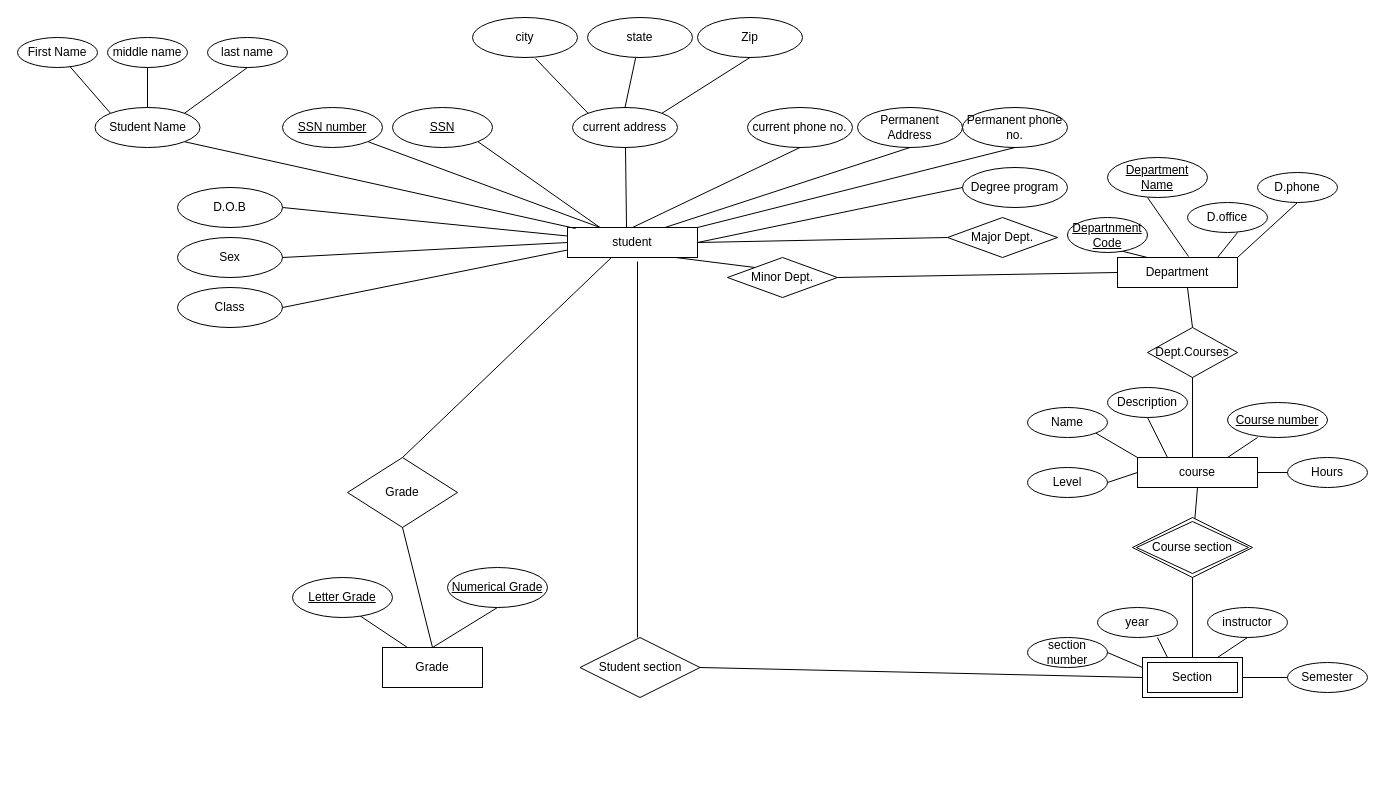
Earlier version of the draw.io diagram Untitled Diagram.drawio (sreehari-odu/DatabaseManagement). Source tidied: cells renumbered, new cells numbered last; positions are measured from the earlier drawing's top-left corner, leaving out a move shared by most shapes. Both pictures are drawn from the tidied source at 100%, with x=0, y=0 at pixel (17, 17).
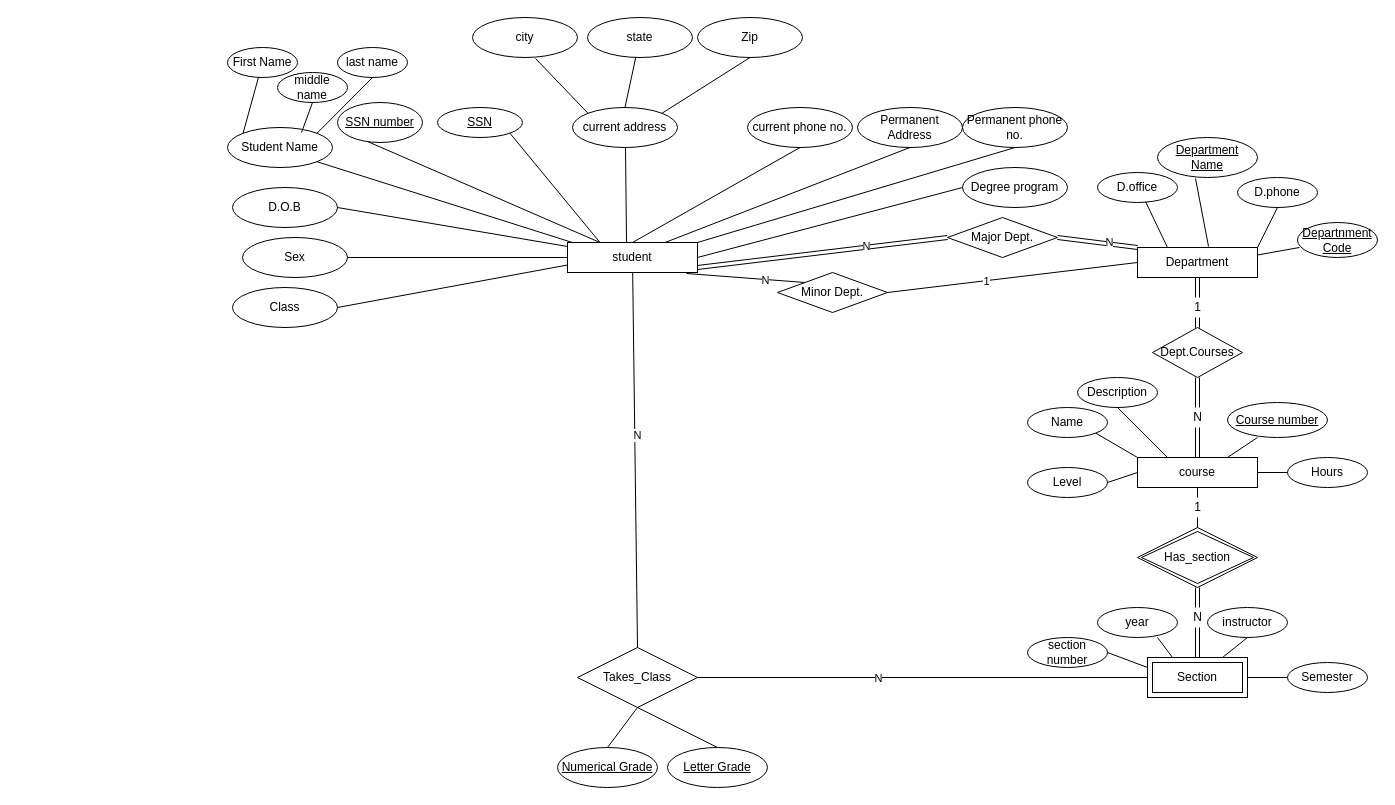
The same page after the edit.

Unchanged cells that the change refers to:
```xml
<mxCell id="35" value="Major Dept." style="rhombus;whiteSpace=wrap;html=1;direction=west;" parent="1" vertex="1">
  <mxGeometry x="930" y="200" width="110" height="40" as="geometry" />
</mxCell>
<mxCell id="49" value="course" style="rounded=0;whiteSpace=wrap;html=1;" parent="1" vertex="1">
  <mxGeometry x="1120" y="440" width="120" height="30" as="geometry" />
</mxCell>
<mxCell id="73" style="endArrow=none;html=1;entryX=0;entryY=0.5;entryDx=0;entryDy=0;exitX=1;exitY=0.5;exitDx=0;exitDy=0;" parent="1" edge="1" source="72" target="62">
  <mxGeometry relative="1" as="geometry" />
</mxCell>
<mxCell id="78" style="endArrow=none;html=1;entryX=0;entryY=0.5;entryDx=0;entryDy=0;exitX=0;exitY=0.5;exitDx=0;exitDy=0;" parent="1" edge="1" source="37" target="39">
  <mxGeometry relative="1" as="geometry" />
</mxCell>
```

The edit, as a diff of the source:
```diff
@@
-    <mxCell id="2" value="student" style="rounded=0;whiteSpace=wrap;html=1;" parent="1" vertex="1">
-      <mxGeometry x="550" y="210" width="130" height="30" as="geometry" />
-    </mxCell>
@@
     <mxCell id="7" value="D.O.B" style="ellipse;whiteSpace=wrap;html=1;" parent="1" vertex="1">
-      <mxGeometry x="160" y="170" width="105" height="40" as="geometry" />
+      <mxGeometry x="215" y="170" width="105" height="40" as="geometry" />
     </mxCell>
     <mxCell id="8" value="Sex" style="ellipse;whiteSpace=wrap;html=1;" parent="1" vertex="1">
-      <mxGeometry x="160" y="220" width="105" height="40" as="geometry" />
+      <mxGeometry x="225" y="220" width="105" height="40" as="geometry" />
     </mxCell>
     <mxCell id="9" value="Class" style="ellipse;whiteSpace=wrap;html=1;" parent="1" vertex="1">
-      <mxGeometry x="160" y="270" width="105" height="40" as="geometry" />
+      <mxGeometry x="215" y="270" width="105" height="40" as="geometry" />
     </mxCell>
     <mxCell id="10" value="First Name" style="ellipse;whiteSpace=wrap;html=1;" parent="1" vertex="1">
-      <mxGeometry y="20" width="80" height="30" as="geometry" />
+      <mxGeometry x="210" y="30" width="70" height="30" as="geometry" />
     </mxCell>
     <mxCell id="11" value="Student Name" style="ellipse;whiteSpace=wrap;html=1;" parent="1" vertex="1">
-      <mxGeometry x="77.5" y="90" width="105" height="40" as="geometry" />
+      <mxGeometry x="210" y="110" width="105" height="40" as="geometry" />
     </mxCell>
@@
     <mxCell id="22" value="middle name" style="ellipse;whiteSpace=wrap;html=1;" parent="1" vertex="1">
-      <mxGeometry x="90" y="20" width="80" height="30" as="geometry" />
+      <mxGeometry x="260" y="55" width="70" height="30" as="geometry" />
     </mxCell>
     <mxCell id="23" value="last name" style="ellipse;whiteSpace=wrap;html=1;" parent="1" vertex="1">
-      <mxGeometry x="190" y="20" width="80" height="30" as="geometry" />
+      <mxGeometry x="320" y="30" width="70" height="30" as="geometry" />
     </mxCell>
@@
-    <mxCell id="25" style="endArrow=none;html=1;entryX=0.5;entryY=1;entryDx=0;entryDy=0;exitX=0.5;exitY=0;exitDx=0;exitDy=0;" parent="1" edge="1" source="11" target="22">
+    <mxCell id="25" style="endArrow=none;html=1;entryX=0.5;entryY=1;entryDx=0;entryDy=0;exitX=0.705;exitY=0.125;exitDx=0;exitDy=0;exitPerimeter=0;" parent="1" edge="1" source="11" target="22">
       <mxGeometry relative="1" as="geometry" />
     </mxCell>
-    <mxCell id="26" style="endArrow=none;html=1;exitX=1;exitY=0;exitDx=0;exitDy=0;" parent="1" edge="1" source="11">
-      <mxGeometry relative="1" as="geometry">
-        <mxPoint x="230" y="50" as="targetPoint" />
-      </mxGeometry>
+    <mxCell id="26" style="endArrow=none;html=1;exitX=1;exitY=0;exitDx=0;exitDy=0;entryX=0.5;entryY=1;entryDx=0;entryDy=0;" parent="1" edge="1" source="11" target="23">
+      <mxGeometry relative="1" as="geometry" />
     </mxCell>
@@
-    <mxCell id="36" style="endArrow=none;html=1;entryX=1;entryY=0.5;entryDx=0;entryDy=0;exitX=1;exitY=0.5;exitDx=0;exitDy=0;" parent="1" edge="1" source="2" target="35">
-      <mxGeometry relative="1" as="geometry" />
-    </mxCell>
     <mxCell id="37" value="Minor Dept." style="rhombus;whiteSpace=wrap;html=1;direction=west;" parent="1" vertex="1">
-      <mxGeometry x="710" y="240" width="110" height="40" as="geometry" />
+      <mxGeometry x="760" y="255" width="110" height="40" as="geometry" />
     </mxCell>
-    <mxCell id="38" style="endArrow=none;html=1;entryX=1;entryY=1;entryDx=0;entryDy=0;exitX=0.831;exitY=1;exitDx=0;exitDy=0;exitPerimeter=0;" parent="1" edge="1" source="2" target="37">
-      <mxGeometry relative="1" as="geometry" />
-    </mxCell>
     <mxCell id="39" value="Department" style="rounded=0;whiteSpace=wrap;html=1;" parent="1" vertex="1">
-      <mxGeometry x="1100" y="240" width="120" height="30" as="geometry" />
+      <mxGeometry x="1120" y="230" width="120" height="30" as="geometry" />
     </mxCell>
     <mxCell id="40" value="D.office" style="ellipse;whiteSpace=wrap;html=1;" parent="1" vertex="1">
-      <mxGeometry x="1170" y="185" width="80" height="30" as="geometry" />
+      <mxGeometry x="1080" y="155" width="80" height="30" as="geometry" />
     </mxCell>
     <mxCell id="41" value="D.phone" style="ellipse;whiteSpace=wrap;html=1;" parent="1" vertex="1">
-      <mxGeometry x="1240" y="155" width="80" height="30" as="geometry" />
+      <mxGeometry x="1220" y="160" width="80" height="30" as="geometry" />
     </mxCell>
-    <mxCell id="42" style="endArrow=none;html=1;entryX=0.5;entryY=1;entryDx=0;entryDy=0;exitX=0.25;exitY=0;exitDx=0;exitDy=0;" parent="1" edge="1" source="39">
-      <mxGeometry relative="1" as="geometry">
-        <mxPoint x="1090" y="230" as="targetPoint" />
-      </mxGeometry>
+    <mxCell id="42" style="endArrow=none;html=1;entryX=0.6;entryY=0.967;entryDx=0;entryDy=0;exitX=0.25;exitY=0;exitDx=0;exitDy=0;entryPerimeter=0;" parent="1" edge="1" source="39" target="40">
+      <mxGeometry relative="1" as="geometry" />
     </mxCell>
-    <mxCell id="43" style="endArrow=none;html=1;exitX=0.592;exitY=-0.033;exitDx=0;exitDy=0;exitPerimeter=0;entryX=0.5;entryY=1;entryDx=0;entryDy=0;" parent="1" edge="1" source="39">
-      <mxGeometry relative="1" as="geometry">
-        <mxPoint x="1130" y="180" as="targetPoint" />
-      </mxGeometry>
+    <mxCell id="43" style="endArrow=none;html=1;exitX=0.592;exitY=-0.033;exitDx=0;exitDy=0;exitPerimeter=0;entryX=0.38;entryY=1.025;entryDx=0;entryDy=0;entryPerimeter=0;" parent="1" edge="1" source="39" target="86">
+      <mxGeometry relative="1" as="geometry" />
     </mxCell>
@@
-    <mxCell id="45" style="endArrow=none;html=1;" parent="1" edge="1">
-      <mxGeometry relative="1" as="geometry">
-        <mxPoint x="1200" y="240" as="sourcePoint" />
-        <mxPoint x="1220" y="215" as="targetPoint" />
-      </mxGeometry>
-    </mxCell>
-    <mxCell id="46" value="Dept.Courses" style="rhombus;whiteSpace=wrap;html=1;" parent="1" vertex="1">
-      <mxGeometry x="1130" y="310" width="90" height="50" as="geometry" />
-    </mxCell>
@@
-    <mxCell id="48" style="endArrow=none;html=1;entryX=0.583;entryY=1;entryDx=0;entryDy=0;entryPerimeter=0;exitX=0.5;exitY=0;exitDx=0;exitDy=0;" parent="1" edge="1" source="46" target="39">
-      <mxGeometry relative="1" as="geometry" />
-    </mxCell>
@@
-    <mxCell id="50" style="endArrow=none;html=1;entryX=0.5;entryY=1;entryDx=0;entryDy=0;" parent="1" edge="1" target="46">
-      <mxGeometry relative="1" as="geometry">
-        <mxPoint x="1175" y="440" as="sourcePoint" />
-      </mxGeometry>
-    </mxCell>
@@
     <mxCell id="52" value="Description" style="ellipse;whiteSpace=wrap;html=1;" parent="1" vertex="1">
-      <mxGeometry x="1090" y="370" width="80" height="30" as="geometry" />
+      <mxGeometry x="1060" y="360" width="80" height="30" as="geometry" />
     </mxCell>
@@
-    <mxCell id="60" value="Course section" style="shape=rhombus;double=1;perimeter=rhombusPerimeter;whiteSpace=wrap;html=1;align=center;" parent="1" vertex="1">
-      <mxGeometry x="1115" y="500" width="120" height="60" as="geometry" />
+    <mxCell id="60" value="Has_section" style="shape=rhombus;double=1;perimeter=rhombusPerimeter;whiteSpace=wrap;html=1;align=center;" parent="1" vertex="1">
+      <mxGeometry x="1120" y="510" width="120" height="60" as="geometry" />
     </mxCell>
-    <mxCell id="61" style="endArrow=none;html=1;entryX=0.5;entryY=1;entryDx=0;entryDy=0;" parent="1" edge="1" source="60" target="49">
+    <mxCell id="61" style="endArrow=none;html=1;entryX=0.5;entryY=1;entryDx=0;entryDy=0;startArrow=none;" parent="1" edge="1" source="96" target="49">
       <mxGeometry relative="1" as="geometry" />
     </mxCell>
     <mxCell id="62" value="Section" style="shape=ext;margin=3;double=1;whiteSpace=wrap;html=1;align=center;" parent="1" vertex="1">
-      <mxGeometry x="1125" y="640" width="100" height="40" as="geometry" />
+      <mxGeometry x="1130" y="640" width="100" height="40" as="geometry" />
     </mxCell>
-    <mxCell id="63" style="endArrow=none;html=1;entryX=0.5;entryY=1;entryDx=0;entryDy=0;exitX=0.5;exitY=0;exitDx=0;exitDy=0;" parent="1" edge="1" source="62" target="60">
-      <mxGeometry relative="1" as="geometry" />
-    </mxCell>
@@
-    <mxCell id="72" value="Student section" style="shape=rhombus;perimeter=rhombusPerimeter;whiteSpace=wrap;html=1;align=center;" parent="1" vertex="1">
-      <mxGeometry x="562.5" y="620" width="120" height="60" as="geometry" />
+    <mxCell id="72" value="Takes_Class" style="shape=rhombus;perimeter=rhombusPerimeter;whiteSpace=wrap;html=1;align=center;" parent="1" vertex="1">
+      <mxGeometry x="560" y="630" width="120" height="60" as="geometry" />
     </mxCell>
@@
-    <mxCell id="74" value="Grade" style="whiteSpace=wrap;html=1;align=center;" parent="1" vertex="1">
-      <mxGeometry x="365" y="630" width="100" height="40" as="geometry" />
-    </mxCell>
-    <mxCell id="75" style="endArrow=none;html=1;entryX=0.5;entryY=1;entryDx=0;entryDy=0;exitX=0.5;exitY=0;exitDx=0;exitDy=0;" parent="1" edge="1" source="74">
-      <mxGeometry relative="1" as="geometry">
-        <mxPoint x="480" y="590" as="targetPoint" />
-      </mxGeometry>
-    </mxCell>
-    <mxCell id="76" style="endArrow=none;html=1;entryX=0.5;entryY=1;entryDx=0;entryDy=0;exitX=0.25;exitY=0;exitDx=0;exitDy=0;" parent="1" edge="1" source="74">
-      <mxGeometry relative="1" as="geometry">
-        <mxPoint x="330" y="590" as="targetPoint" />
-      </mxGeometry>
-    </mxCell>
+    <mxCell id="89" value="N" style="edgeLabel;html=1;align=center;verticalAlign=middle;" parent="73" vertex="1">
+      <mxGeometry x="-0.2" relative="1" as="geometry" />
+    </mxCell>
-    <mxCell id="77" style="endArrow=none;html=1;exitX=0.479;exitY=0;exitDx=0;exitDy=0;exitPerimeter=0;" parent="1" edge="1" source="72">
+    <mxCell id="77" style="endArrow=none;html=1;exitX=0.479;exitY=0;exitDx=0;exitDy=0;exitPerimeter=0;startArrow=none;" parent="1" edge="1" source="2">
       <mxGeometry relative="1" as="geometry">
         <mxPoint x="620" y="244" as="targetPoint" />
       </mxGeometry>
     </mxCell>
@@
-    <mxCell id="79" value="Grade" style="shape=rhombus;perimeter=rhombusPerimeter;whiteSpace=wrap;html=1;align=center;" parent="1" vertex="1">
-      <mxGeometry x="330" y="440" width="110" height="70" as="geometry" />
-    </mxCell>
-    <mxCell id="80" style="endArrow=none;html=1;entryX=0.338;entryY=1;entryDx=0;entryDy=0;entryPerimeter=0;exitX=0.5;exitY=0;exitDx=0;exitDy=0;" parent="1" edge="1" source="79" target="2">
-      <mxGeometry relative="1" as="geometry" />
-    </mxCell>
-    <mxCell id="81" style="endArrow=none;html=1;entryX=0.5;entryY=1;entryDx=0;entryDy=0;exitX=0.5;exitY=0;exitDx=0;exitDy=0;" parent="1" edge="1" source="74" target="79">
-      <mxGeometry relative="1" as="geometry" />
-    </mxCell>
+    <mxCell id="90" value="1" style="edgeLabel;html=1;align=center;verticalAlign=middle;" parent="78" vertex="1">
+      <mxGeometry x="-0.21" relative="1" as="geometry" />
+    </mxCell>
     <mxCell id="82" value="SSN" style="ellipse;whiteSpace=wrap;html=1;align=center;fontStyle=4;" parent="1" vertex="1">
-      <mxGeometry x="375" y="90" width="100" height="40" as="geometry" />
+      <mxGeometry x="420" y="90" width="85" height="30" as="geometry" />
     </mxCell>
     <mxCell id="83" value="SSN number" style="ellipse;whiteSpace=wrap;html=1;align=center;fontStyle=4;" parent="1" vertex="1">
-      <mxGeometry x="265" y="90" width="100" height="40" as="geometry" />
+      <mxGeometry x="320" y="85" width="85" height="40" as="geometry" />
     </mxCell>
     <mxCell id="84" value="Departnment Code" style="ellipse;whiteSpace=wrap;html=1;align=center;fontStyle=4;" parent="1" vertex="1">
-      <mxGeometry x="1050" y="200" width="80" height="35" as="geometry" />
+      <mxGeometry x="1280" y="205" width="80" height="35" as="geometry" />
     </mxCell>
@@
     <mxCell id="86" value="Department Name" style="ellipse;whiteSpace=wrap;html=1;align=center;fontStyle=4;" parent="1" vertex="1">
-      <mxGeometry x="1090" y="140" width="100" height="40" as="geometry" />
+      <mxGeometry x="1140" y="120" width="100" height="40" as="geometry" />
     </mxCell>
     <mxCell id="87" value="Letter Grade" style="ellipse;whiteSpace=wrap;html=1;align=center;fontStyle=4;" parent="1" vertex="1">
-      <mxGeometry x="275" y="560" width="100" height="40" as="geometry" />
+      <mxGeometry x="650" y="730" width="100" height="40" as="geometry" />
     </mxCell>
     <mxCell id="88" value="Numerical Grade" style="ellipse;whiteSpace=wrap;html=1;align=center;fontStyle=4;" parent="1" vertex="1">
-      <mxGeometry x="430" y="550" width="100" height="40" as="geometry" />
+      <mxGeometry x="540" y="730" width="100" height="40" as="geometry" />
     </mxCell>
+    <mxCell id="91" style="endArrow=none;html=1;entryX=0.025;entryY=0.714;entryDx=0;entryDy=0;entryPerimeter=0;exitX=1;exitY=0.25;exitDx=0;exitDy=0;" parent="1" edge="1" source="39" target="84">
+      <mxGeometry relative="1" as="geometry" />
+    </mxCell>
+    <mxCell id="92" style="endArrow=none;html=1;rounded=0;exitX=0.5;exitY=1;exitDx=0;exitDy=0;entryX=0.5;entryY=0;entryDx=0;entryDy=0;" parent="1" edge="1" source="72" target="88">
+      <mxGeometry relative="1" as="geometry" />
+    </mxCell>
+    <mxCell id="2" value="student" style="rounded=0;whiteSpace=wrap;html=1;" parent="1" vertex="1">
+      <mxGeometry x="550" y="225" width="130" height="30" as="geometry" />
+    </mxCell>
+    <mxCell id="93" style="endArrow=none;html=1;exitX=0.5;exitY=0;exitDx=0;exitDy=0;" parent="1" edge="1" source="72" target="2">
+      <mxGeometry relative="1" as="geometry" />
+    </mxCell>
+    <mxCell id="94" value="N" style="edgeLabel;html=1;align=center;verticalAlign=middle;" parent="93" vertex="1">
+      <mxGeometry x="0.13" y="-2" relative="1" as="geometry" />
+    </mxCell>
+    <mxCell id="95" style="endArrow=none;html=1;rounded=0;exitX=0.5;exitY=1;exitDx=0;exitDy=0;entryX=0.5;entryY=0;entryDx=0;entryDy=0;" parent="1" edge="1" source="72" target="87">
+      <mxGeometry relative="1" as="geometry" />
+    </mxCell>
+    <mxCell id="96" value="1" style="text;html=1;align=center;verticalAlign=middle;points=[];strokeColor=none;fillColor=none;" parent="1" vertex="1">
+      <mxGeometry x="1170" y="480" width="20" height="20" as="geometry" />
+    </mxCell>
+    <mxCell id="97" style="endArrow=none;html=1;entryX=0.5;entryY=1;entryDx=0;entryDy=0;" parent="1" edge="1" source="60" target="96">
+      <mxGeometry relative="1" as="geometry" />
+    </mxCell>
+    <mxCell id="98" style="shape=link;html=1;exitX=0.5;exitY=0;exitDx=0;exitDy=0;startArrow=none;" parent="1" edge="1" source="46">
+      <mxGeometry relative="1" as="geometry">
+        <mxPoint x="1180" y="348" as="targetPoint" />
+      </mxGeometry>
+    </mxCell>
+    <mxCell id="99" value="N" style="text;html=1;align=center;verticalAlign=middle;points=[];strokeColor=none;fillColor=none;" parent="1" vertex="1">
+      <mxGeometry x="1170" y="390" width="20" height="20" as="geometry" />
+    </mxCell>
+    <mxCell id="100" style="shape=link;html=1;exitX=0.5;exitY=0;exitDx=0;exitDy=0;endArrow=none;" parent="1" edge="1" source="49" target="99">
+      <mxGeometry relative="1" as="geometry">
+        <Array as="points">
+          <mxPoint x="1180" y="410" />
+        </Array>
+      </mxGeometry>
+    </mxCell>
+    <mxCell id="101" style="shape=link;html=1;entryX=0.5;entryY=1;entryDx=0;entryDy=0;exitX=0.5;exitY=0;exitDx=0;exitDy=0;startArrow=none;" parent="1" edge="1" source="102" target="39">
+      <mxGeometry relative="1" as="geometry" />
+    </mxCell>
+    <mxCell id="102" value="1" style="text;html=1;align=center;verticalAlign=middle;points=[];strokeColor=none;fillColor=none;" parent="1" vertex="1">
+      <mxGeometry x="1170" y="280" width="20" height="20" as="geometry" />
+    </mxCell>
+    <mxCell id="103" style="shape=link;html=1;entryX=0.5;entryY=1;entryDx=0;entryDy=0;exitX=0.5;exitY=0;exitDx=0;exitDy=0;endArrow=none;" parent="1" edge="1" source="46" target="102">
+      <mxGeometry relative="1" as="geometry" />
+    </mxCell>
+    <mxCell id="46" value="Dept.Courses" style="rhombus;whiteSpace=wrap;html=1;" parent="1" vertex="1">
+      <mxGeometry x="1135" y="310" width="90" height="50" as="geometry" />
+    </mxCell>
+    <mxCell id="104" style="shape=link;html=1;exitX=0.5;exitY=0;exitDx=0;exitDy=0;startArrow=none;endArrow=none;" parent="1" edge="1" source="99" target="46">
+      <mxGeometry relative="1" as="geometry" />
+    </mxCell>
+    <mxCell id="105" style="shape=link;html=1;entryX=0.5;entryY=1;entryDx=0;entryDy=0;exitX=0.5;exitY=0;exitDx=0;exitDy=0;startArrow=none;" parent="1" edge="1" source="106" target="60">
+      <mxGeometry relative="1" as="geometry" />
+    </mxCell>
+    <mxCell id="106" value="N" style="text;html=1;align=center;verticalAlign=middle;points=[];strokeColor=none;fillColor=none;" parent="1" vertex="1">
+      <mxGeometry x="1170" y="590" width="20" height="20" as="geometry" />
+    </mxCell>
+    <mxCell id="107" style="shape=link;html=1;entryX=0.5;entryY=1;entryDx=0;entryDy=0;exitX=0.5;exitY=0;exitDx=0;exitDy=0;endArrow=none;" parent="1" edge="1" source="62" target="106">
+      <mxGeometry relative="1" as="geometry" />
+    </mxCell>
+    <mxCell id="108" style="endArrow=none;html=1;entryX=0.915;entryY=1.033;entryDx=0;entryDy=0;entryPerimeter=0;exitX=1;exitY=1;exitDx=0;exitDy=0;" parent="1" edge="1" source="37" target="2">
+      <mxGeometry relative="1" as="geometry" />
+    </mxCell>
+    <mxCell id="109" value="N" style="edgeLabel;html=1;align=center;verticalAlign=middle;" parent="108" vertex="1">
+      <mxGeometry x="-0.33" y="1" relative="1" as="geometry" />
+    </mxCell>
+    <mxCell id="110" style="shape=link;html=1;entryX=1;entryY=0.5;entryDx=0;entryDy=0;" parent="1" edge="1" target="35">
+      <mxGeometry relative="1" as="geometry">
+        <mxPoint x="680" y="250" as="sourcePoint" />
+      </mxGeometry>
+    </mxCell>
+    <mxCell id="111" value="N" style="edgeLabel;html=1;align=center;verticalAlign=middle;" parent="110" vertex="1">
+      <mxGeometry x="0.35" y="1" relative="1" as="geometry" />
+    </mxCell>
+    <mxCell id="112" style="shape=link;html=1;exitX=0;exitY=0.5;exitDx=0;exitDy=0;entryX=0;entryY=0;entryDx=0;entryDy=0;" parent="1" edge="1" source="35" target="39">
+      <mxGeometry relative="1" as="geometry" />
+    </mxCell>
+    <mxCell id="113" value="N" style="edgeLabel;html=1;align=center;verticalAlign=middle;" parent="112" vertex="1">
+      <mxGeometry x="0.29" y="2" relative="1" as="geometry" />
+    </mxCell>
```
